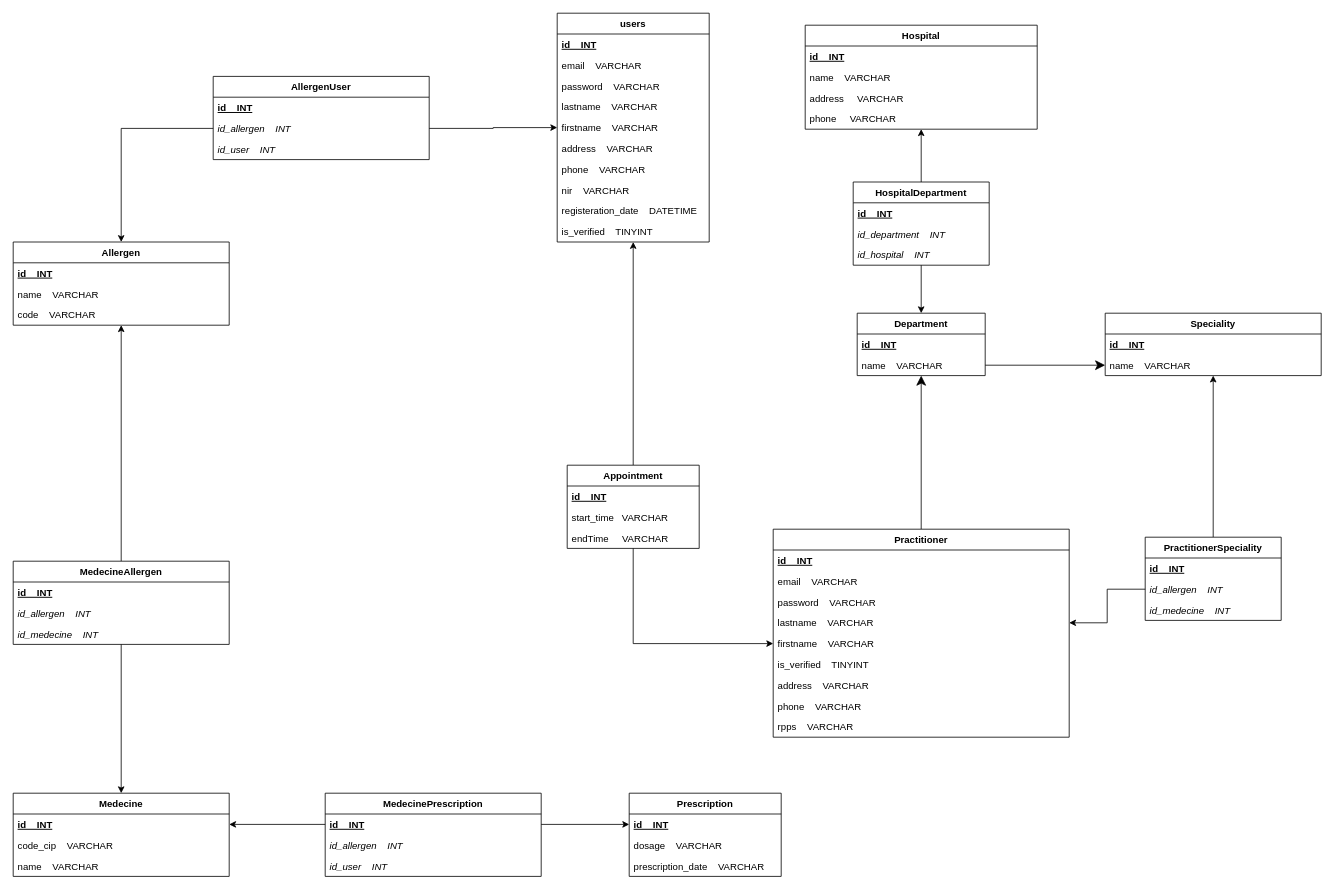
pptech-ds/CDA-JS-WeCare keeps this draw.io diagram as page "MPD" (6 of 8) of wecare.drawio. Above is the earlier version. Source tidied: cells renumbered, new cells numbered last; positions are measured from the earlier drawing's top-left corner, leaving out a move shared by most shapes. Both pictures are drawn from the tidied source at 80%, with x=0, y=0 at pixel (13, 13).
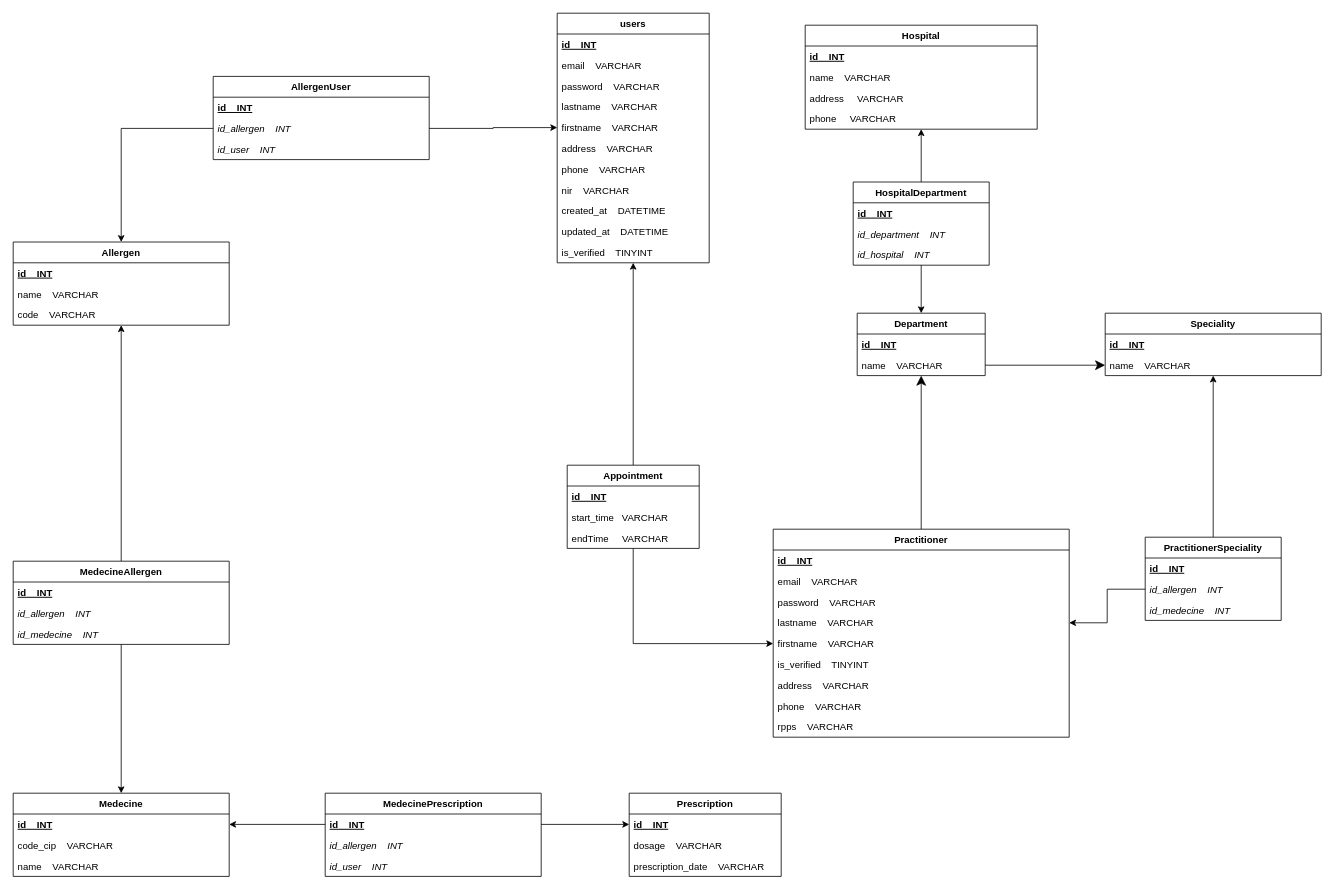
The same page after the edit.

Change to the diagram source:
```diff
@@
     <mxCell id="68" value="users" style="swimlane;fontStyle=1;align=center;verticalAlign=top;horizontal=1;startSize=26;" parent="1" vertex="1">
-      <mxGeometry x="680" width="190" height="286" as="geometry" />
+      <mxGeometry x="680" width="190" height="312" as="geometry" />
     </mxCell>
@@
-    <mxCell id="77" value="registeration_date    DATETIME" style="text;strokeColor=none;fillColor=none;align=left;verticalAlign=top;spacingLeft=4;spacingRight=4;overflow=hidden;" parent="68" vertex="1">
+    <mxCell id="77" value="created_at    DATETIME" style="text;strokeColor=none;fillColor=none;align=left;verticalAlign=top;spacingLeft=4;spacingRight=4;overflow=hidden;" parent="68" vertex="1">
       <mxGeometry y="234" width="190" height="26" as="geometry" />
     </mxCell>
+    <mxCell id="84" value="updated_at    DATETIME" style="text;strokeColor=none;fillColor=none;align=left;verticalAlign=top;spacingLeft=4;spacingRight=4;overflow=hidden;" parent="68" vertex="1">
+      <mxGeometry y="260" width="190" height="26" as="geometry" />
+    </mxCell>
     <mxCell id="78" value="is_verified    TINYINT" style="text;strokeColor=none;fillColor=none;align=left;verticalAlign=top;spacingLeft=4;spacingRight=4;overflow=hidden;" parent="68" vertex="1">
-      <mxGeometry y="260" width="190" height="26" as="geometry" />
+      <mxGeometry y="286" width="190" height="26" as="geometry" />
     </mxCell>
```
